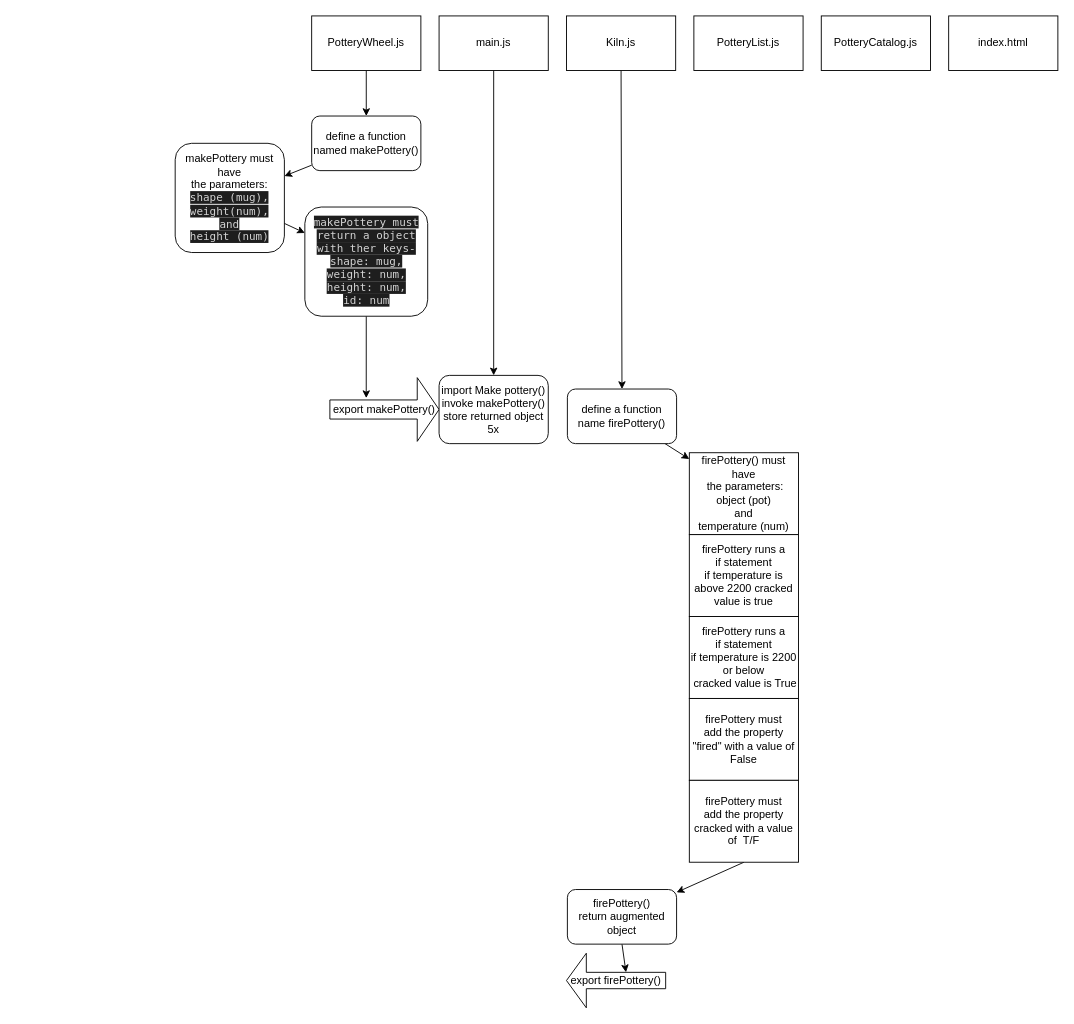
Earlier version of the draw.io diagram src/PotterySequenceDiagram.drawio (nss-day-cohort-75/Hairy-Potter-BraxtonBrown4). Source tidied: cells renumbered, new cells numbered last; positions are measured from the earlier drawing's top-left corner, leaving out a move shared by most shapes. Both pictures are drawn from the tidied source at 91%, with x=0, y=0 at pixel (175, 15).
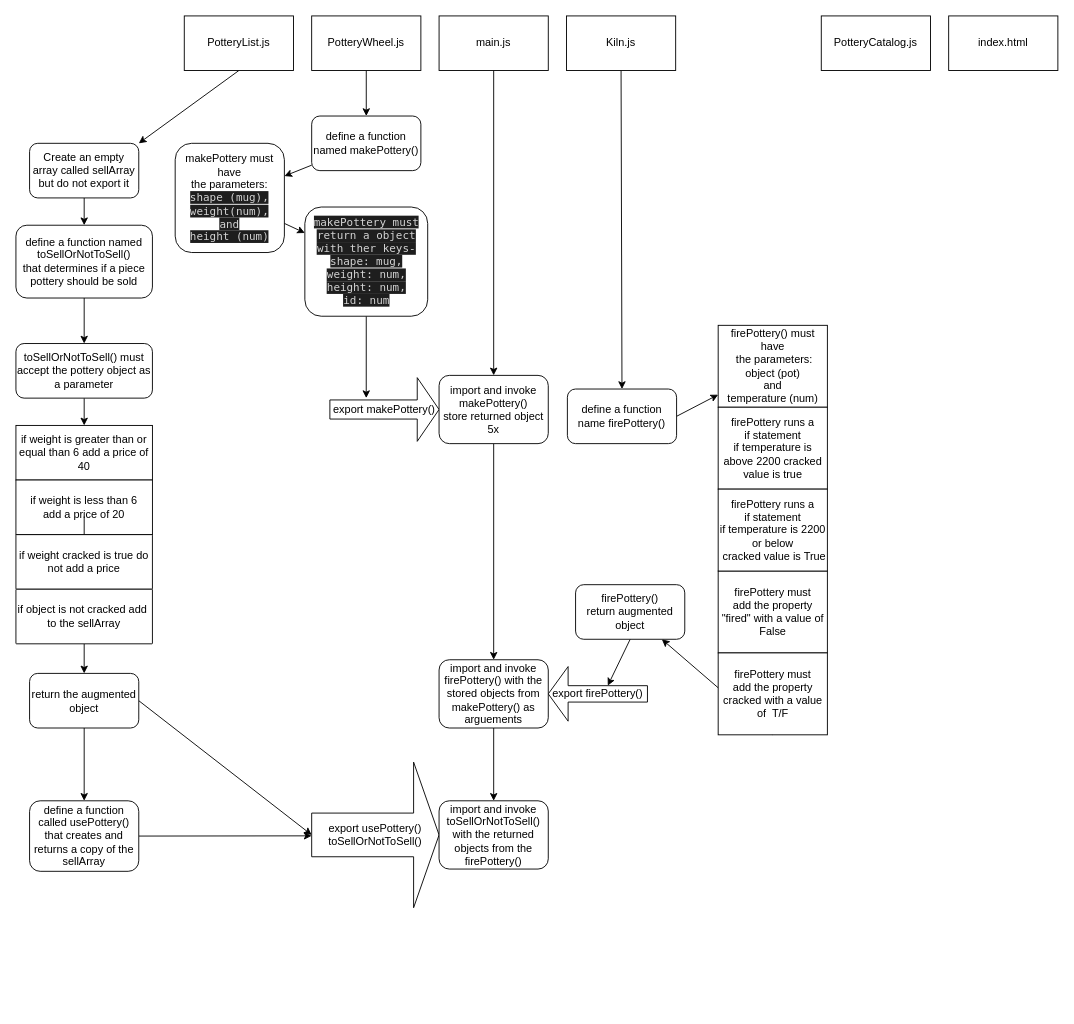
Above is the later version.

Commit message (it also covers changes not shown here):
completed firePottery

Unchanged cells that the change refers to:
```xml
<mxCell id="20" value="define a function name firePottery()" style="rounded=1;whiteSpace=wrap;html=1;fontSize=12;" parent="1" vertex="1">
  <mxGeometry x="431" y="410" width="120" height="60" as="geometry" />
</mxCell>
```

Diff of the diagram source:
```diff
@@
+    <mxCell id="34" style="edgeStyle=none;html=1;exitX=0.5;exitY=1;exitDx=0;exitDy=0;fontSize=12;entryX=1;entryY=0;entryDx=0;entryDy=0;" parent="1" edge="1" source="4" target="39">
+      <mxGeometry relative="1" as="geometry" />
+    </mxCell>
     <mxCell id="4" value="PotteryList.js" style="rounded=0;whiteSpace=wrap;html=1;fontSize=12;" parent="1" vertex="1">
-      <mxGeometry x="570" width="120" height="60" as="geometry" />
+      <mxGeometry x="10" width="120" height="60" as="geometry" />
     </mxCell>
@@
+    <mxCell id="35" style="edgeStyle=none;html=1;fontSize=12;" parent="1" edge="1" source="18" target="37">
+      <mxGeometry relative="1" as="geometry" />
+    </mxCell>
-    <mxCell id="18" value="import Make pottery()&lt;br&gt;invoke makePottery()&lt;br&gt;store returned object 5x" style="rounded=1;whiteSpace=wrap;html=1;fontSize=12;" parent="1" vertex="1">
+    <mxCell id="18" value="import and invoke makePottery()&lt;br&gt;store returned object 5x" style="rounded=1;whiteSpace=wrap;html=1;fontSize=12;" parent="1" vertex="1">
       <mxGeometry x="290" y="395" width="120" height="75" as="geometry" />
     </mxCell>
-    <mxCell id="19" style="edgeStyle=none;html=1;fontSize=12;" parent="1" edge="1" source="20" target="22">
+    <mxCell id="19" style="edgeStyle=none;html=1;fontSize=12;exitX=1;exitY=0.5;exitDx=0;exitDy=0;" parent="1" edge="1" source="20" target="22">
       <mxGeometry relative="1" as="geometry" />
     </mxCell>
@@
     <mxCell id="22" value="firePottery() must&lt;br&gt;have&lt;br&gt;&amp;nbsp;the parameters:&lt;br&gt;object (pot)&lt;br&gt;and&lt;br&gt;temperature (num)" style="rounded=1;whiteSpace=wrap;html=1;fontSize=12;arcSize=0;" parent="1" vertex="1">
-      <mxGeometry x="565" y="480" width="120" height="90" as="geometry" />
+      <mxGeometry x="596.7" y="340" width="120" height="90" as="geometry" />
     </mxCell>
@@
     <mxCell id="25" value="firePottery runs a&lt;br&gt;if statement&lt;br&gt;if temperature is above 2200 cracked value is true" style="rounded=1;whiteSpace=wrap;html=1;fontSize=12;arcSize=0;" parent="1" vertex="1">
-      <mxGeometry x="565" y="570" width="120" height="90" as="geometry" />
+      <mxGeometry x="596.7" y="430" width="120" height="90" as="geometry" />
     </mxCell>
@@
     <mxCell id="27" value="firePottery must&lt;br&gt;add the property&lt;br&gt;&quot;fired&quot; with a value of&lt;br&gt;False" style="rounded=1;whiteSpace=wrap;html=1;fontSize=12;arcSize=0;" parent="1" vertex="1">
-      <mxGeometry x="565" y="750" width="120" height="90" as="geometry" />
+      <mxGeometry x="596.7" y="610" width="120" height="90" as="geometry" />
     </mxCell>
@@
     <mxCell id="29" value="firePottery must&lt;br&gt;add the property&lt;br&gt;cracked with a value of&amp;nbsp; T/F" style="rounded=1;whiteSpace=wrap;html=1;fontSize=12;arcSize=0;" parent="1" vertex="1">
-      <mxGeometry x="565" y="840" width="120" height="90" as="geometry" />
+      <mxGeometry x="596.7" y="700" width="120" height="90" as="geometry" />
     </mxCell>
     <mxCell id="30" value="firePottery runs a&lt;br&gt;if statement&lt;br&gt;if temperature is 2200&lt;br&gt;or below&lt;br&gt;&amp;nbsp;cracked value is True" style="rounded=1;whiteSpace=wrap;html=1;fontSize=12;arcSize=0;" parent="1" vertex="1">
-      <mxGeometry x="565" y="660" width="120" height="90" as="geometry" />
+      <mxGeometry x="596.7" y="520" width="120" height="90" as="geometry" />
     </mxCell>
@@
     <mxCell id="32" value="firePottery()&lt;br&gt;return augmented object" style="rounded=1;whiteSpace=wrap;html=1;fontSize=12;" parent="1" vertex="1">
-      <mxGeometry x="431" y="960" width="120" height="60" as="geometry" />
+      <mxGeometry x="440" y="625" width="120" height="60" as="geometry" />
     </mxCell>
     <mxCell id="33" value="export firePottery()" style="shape=singleArrow;direction=west;whiteSpace=wrap;html=1;fontSize=12;" parent="1" vertex="1">
-      <mxGeometry x="430" y="1030" width="109" height="60" as="geometry" />
+      <mxGeometry x="410" y="715" width="109" height="60" as="geometry" />
     </mxCell>
+    <mxCell id="36" style="edgeStyle=none;html=1;fontSize=12;" parent="1" edge="1" source="37" target="58">
+      <mxGeometry relative="1" as="geometry" />
+    </mxCell>
+    <mxCell id="37" value="import and invoke firePottery() with the stored objects from makePottery() as arguements" style="rounded=1;whiteSpace=wrap;html=1;fontSize=12;" parent="1" vertex="1">
+      <mxGeometry x="290" y="707.5" width="120" height="75" as="geometry" />
+    </mxCell>
+    <mxCell id="38" style="edgeStyle=none;html=1;fontSize=12;" parent="1" edge="1" source="39" target="41">
+      <mxGeometry relative="1" as="geometry" />
+    </mxCell>
+    <mxCell id="39" value="Create an empty array called sellArray but do not export it" style="rounded=1;whiteSpace=wrap;html=1;fontSize=12;" parent="1" vertex="1">
+      <mxGeometry x="-160" y="140" width="120" height="60" as="geometry" />
+    </mxCell>
+    <mxCell id="40" style="edgeStyle=none;html=1;fontSize=12;" parent="1" edge="1" source="41" target="43">
+      <mxGeometry relative="1" as="geometry" />
+    </mxCell>
+    <mxCell id="41" value="define a function named toSellOrNotToSell()&lt;br&gt;that determines if a piece pottery should be sold" style="rounded=1;whiteSpace=wrap;html=1;fontSize=12;" parent="1" vertex="1">
+      <mxGeometry x="-175" y="230" width="150" height="80" as="geometry" />
+    </mxCell>
+    <mxCell id="42" style="edgeStyle=none;html=1;fontSize=12;" parent="1" edge="1" source="43" target="45">
+      <mxGeometry relative="1" as="geometry" />
+    </mxCell>
+    <mxCell id="43" value="toSellOrNotToSell() must accept the pottery object as a parameter" style="rounded=1;whiteSpace=wrap;html=1;fontSize=12;" parent="1" vertex="1">
+      <mxGeometry x="-175" y="360" width="150" height="60" as="geometry" />
+    </mxCell>
+    <mxCell id="44" style="edgeStyle=none;html=1;fontSize=12;" parent="1" edge="1" source="45" target="47">
+      <mxGeometry relative="1" as="geometry" />
+    </mxCell>
+    <mxCell id="45" value="if weight is greater than or equal than 6 add a price of 40" style="rounded=1;whiteSpace=wrap;html=1;fontSize=12;arcSize=0;" parent="1" vertex="1">
+      <mxGeometry x="-175" y="450" width="150" height="60" as="geometry" />
+    </mxCell>
+    <mxCell id="46" style="edgeStyle=none;html=1;fontSize=12;" parent="1" edge="1" source="47" target="49">
+      <mxGeometry relative="1" as="geometry" />
+    </mxCell>
+    <mxCell id="47" value="if weight is less than 6&lt;br&gt;add a price of 20" style="rounded=1;whiteSpace=wrap;html=1;fontSize=12;arcSize=0;" parent="1" vertex="1">
+      <mxGeometry x="-175" y="510" width="150" height="60" as="geometry" />
+    </mxCell>
+    <mxCell id="48" style="edgeStyle=none;html=1;fontSize=12;" parent="1" edge="1" target="51">
+      <mxGeometry relative="1" as="geometry">
+        <mxPoint x="-100" y="550" as="sourcePoint" />
+      </mxGeometry>
+    </mxCell>
+    <mxCell id="49" value="if weight cracked is true do not add a price" style="rounded=1;whiteSpace=wrap;html=1;fontSize=12;arcSize=1;" parent="1" vertex="1">
+      <mxGeometry x="-175" y="570" width="150" height="60" as="geometry" />
+    </mxCell>
+    <mxCell id="50" style="edgeStyle=none;html=1;exitX=0.5;exitY=1;exitDx=0;exitDy=0;fontSize=12;" parent="1" edge="1" source="51" target="54">
+      <mxGeometry relative="1" as="geometry" />
+    </mxCell>
+    <mxCell id="51" value="if object is not cracked add&amp;nbsp;&lt;br&gt;to the sellArray" style="rounded=1;whiteSpace=wrap;html=1;fontSize=12;arcSize=1;" parent="1" vertex="1">
+      <mxGeometry x="-175" y="630" width="150" height="60" as="geometry" />
+    </mxCell>
+    <mxCell id="52" style="edgeStyle=none;html=1;fontSize=12;" parent="1" edge="1" source="54" target="56">
+      <mxGeometry relative="1" as="geometry" />
+    </mxCell>
+    <mxCell id="53" style="edgeStyle=none;html=1;exitX=1;exitY=0.5;exitDx=0;exitDy=0;entryX=0;entryY=0.5;entryDx=0;entryDy=0;entryPerimeter=0;fontSize=12;" parent="1" edge="1" source="54" target="57">
+      <mxGeometry relative="1" as="geometry" />
+    </mxCell>
+    <mxCell id="54" value="return the augmented object" style="rounded=1;whiteSpace=wrap;html=1;fontSize=12;" parent="1" vertex="1">
+      <mxGeometry x="-160" y="722.5" width="120" height="60" as="geometry" />
+    </mxCell>
+    <mxCell id="55" style="edgeStyle=none;html=1;exitX=1;exitY=0.5;exitDx=0;exitDy=0;fontSize=12;" parent="1" edge="1" source="56">
+      <mxGeometry relative="1" as="geometry">
+        <mxPoint x="150" y="901" as="targetPoint" />
+      </mxGeometry>
+    </mxCell>
+    <mxCell id="56" value="define a function called usePottery() that creates and returns a copy of the sellArray" style="whiteSpace=wrap;html=1;rounded=1;" parent="1" vertex="1">
+      <mxGeometry x="-160" y="862.5" width="120" height="77.5" as="geometry" />
+    </mxCell>
+    <mxCell id="57" value="export usePottery()&lt;br&gt;toSellOrNotToSell()" style="shape=singleArrow;whiteSpace=wrap;html=1;fontSize=12;" parent="1" vertex="1">
+      <mxGeometry x="150" y="820" width="140" height="160" as="geometry" />
+    </mxCell>
+    <mxCell id="58" value="import and invoke&lt;br&gt;toSellOrNotToSell()&lt;br&gt;with the returned objects from the firePottery()" style="rounded=1;whiteSpace=wrap;html=1;fontSize=12;" parent="1" vertex="1">
+      <mxGeometry x="290" y="862.5" width="120" height="75" as="geometry" />
+    </mxCell>
```
